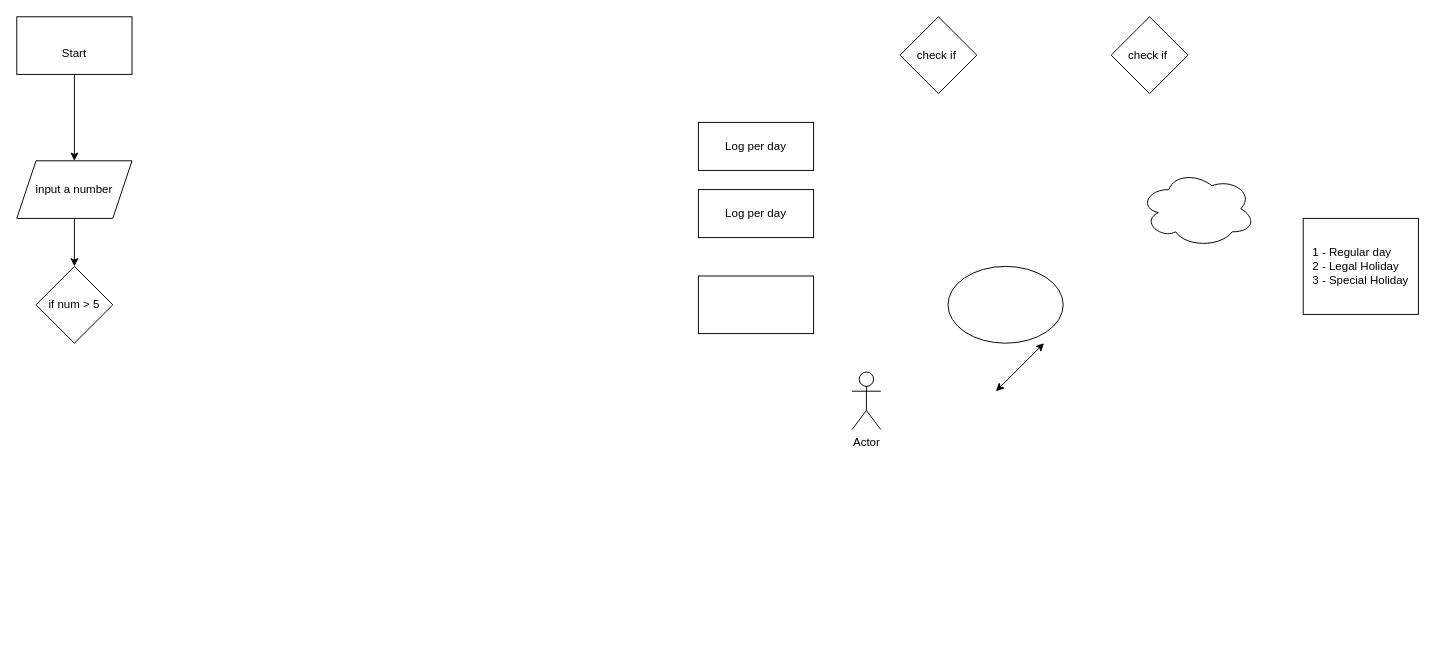
genmancoder/systems-diagrams keeps this draw.io diagram as kmcc/Untitled Diagram.drawio. Above is the earlier version. Source tidied: cells renumbered, new cells numbered last; positions are measured from the earlier drawing's top-left corner, leaving out a move shared by most shapes. Both pictures are drawn from the tidied source at 96%, with x=0, y=0 at pixel (16, 16).
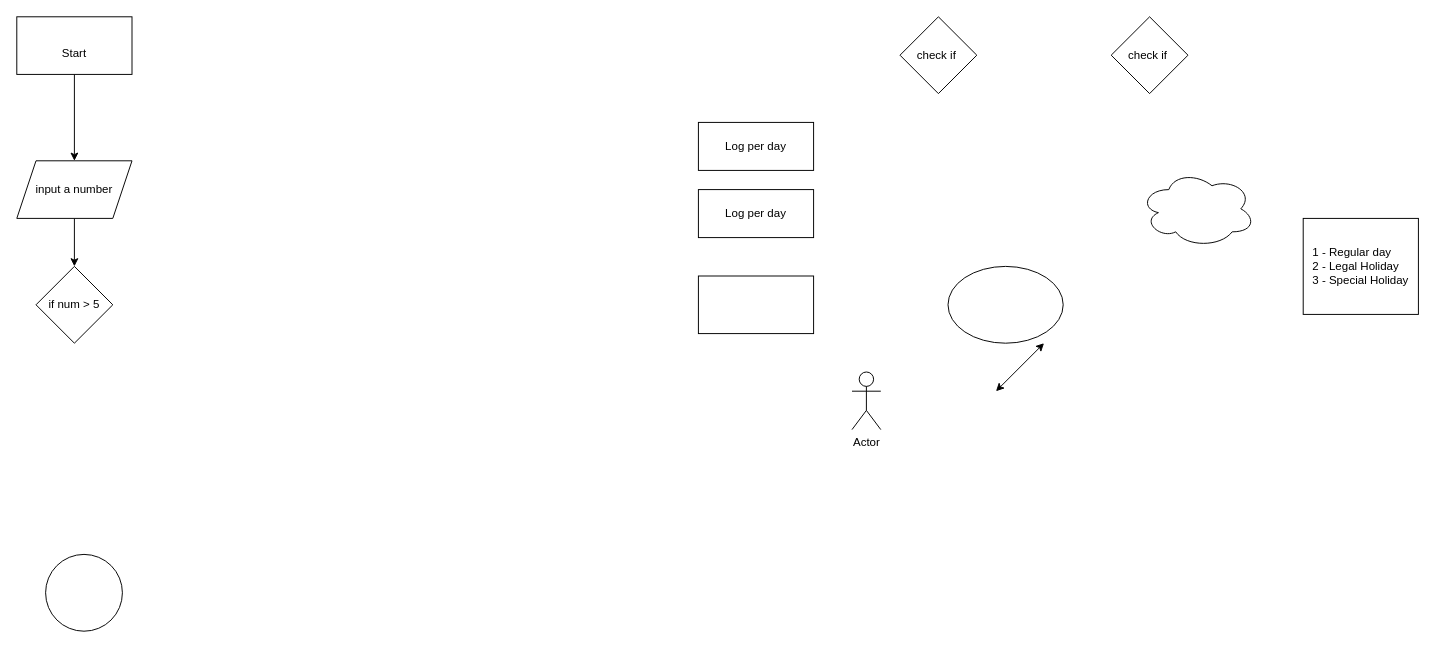
After the change.

The edit, as a diff of the source:
```diff
@@
 <mxGraphModel>
   <root>
     <mxCell id="0" />
     <mxCell id="1" parent="0" />
     <mxCell id="2" value="&lt;div style=&quot;text-align: left;&quot;&gt;&lt;span style=&quot;background-color: initial;&quot;&gt;1 - Regular day&lt;/span&gt;&lt;/div&gt;&lt;div style=&quot;text-align: left;&quot;&gt;&lt;span style=&quot;background-color: initial;&quot;&gt;2 - Legal Holiday&lt;/span&gt;&lt;/div&gt;&lt;div style=&quot;text-align: left;&quot;&gt;&lt;span style=&quot;background-color: initial;&quot;&gt;3 - Special Holiday&lt;/span&gt;&lt;/div&gt;" style="rounded=0;whiteSpace=wrap;html=1;" parent="1" vertex="1">
       <mxGeometry x="1340" y="210" width="120" height="100" as="geometry" />
     </mxCell>
     <mxCell id="3" value="Log per day" style="rounded=0;whiteSpace=wrap;html=1;" parent="1" vertex="1">
       <mxGeometry x="710" y="110" width="120" height="50" as="geometry" />
     </mxCell>
     <mxCell id="4" value="Log per day" style="rounded=0;whiteSpace=wrap;html=1;" parent="1" vertex="1">
       <mxGeometry x="710" y="180" width="120" height="50" as="geometry" />
     </mxCell>
     <mxCell id="5" value="check if&amp;nbsp;" style="rhombus;whiteSpace=wrap;html=1;" parent="1" vertex="1">
       <mxGeometry x="1140" width="80" height="80" as="geometry" />
     </mxCell>
     <mxCell id="6" value="check if&amp;nbsp;" style="rhombus;whiteSpace=wrap;html=1;" parent="1" vertex="1">
       <mxGeometry x="920" width="80" height="80" as="geometry" />
     </mxCell>
     <mxCell id="7" style="rounded=0;whiteSpace=wrap;html=1;" parent="1" vertex="1">
       <mxGeometry x="710" y="270" width="120" height="60" as="geometry" />
     </mxCell>
     <mxCell id="8" style="ellipse;whiteSpace=wrap;html=1;" parent="1" vertex="1">
       <mxGeometry x="970" y="260" width="120" height="80" as="geometry" />
     </mxCell>
     <mxCell id="9" style="endArrow=classic;startArrow=classic;html=1;rounded=0;" parent="1" edge="1">
       <mxGeometry relative="1" as="geometry">
         <mxPoint x="1020" y="390" as="sourcePoint" />
         <mxPoint x="1070" y="340" as="targetPoint" />
       </mxGeometry>
     </mxCell>
     <mxCell id="10" style="ellipse;shape=cloud;whiteSpace=wrap;html=1;" parent="1" vertex="1">
       <mxGeometry x="1170" y="160" width="120" height="80" as="geometry" />
     </mxCell>
     <mxCell id="11" value="Actor" style="shape=umlActor;verticalLabelPosition=bottom;verticalAlign=top;html=1;" parent="1" vertex="1">
       <mxGeometry x="870" y="370" width="30" height="60" as="geometry" />
     </mxCell>
     <mxCell id="12" style="edgeStyle=orthogonalEdgeStyle;rounded=0;jettySize=auto;html=1;exitX=0.5;exitY=1;exitDx=0;exitDy=0;" parent="1" edge="1" source="13" target="15">
       <mxGeometry relative="1" as="geometry" />
     </mxCell>
     <mxCell id="13" value="&lt;br&gt;Start" style="rounded=0;whiteSpace=wrap;html=1;" parent="1" vertex="1">
       <mxGeometry width="120" height="60" as="geometry" />
     </mxCell>
     <mxCell id="14" style="edgeStyle=orthogonalEdgeStyle;rounded=0;jettySize=auto;html=1;exitX=0.5;exitY=1;exitDx=0;exitDy=0;entryX=0.5;entryY=0;entryDx=0;entryDy=0;" parent="1" edge="1" source="15" target="16">
       <mxGeometry relative="1" as="geometry" />
     </mxCell>
     <mxCell id="15" value="input a number" style="shape=parallelogram;perimeter=parallelogramPerimeter;whiteSpace=wrap;html=1;fixedSize=1;" parent="1" vertex="1">
       <mxGeometry y="150" width="120" height="60" as="geometry" />
     </mxCell>
     <mxCell id="16" value="if num &amp;gt; 5" style="rhombus;whiteSpace=wrap;html=1;" parent="1" vertex="1">
       <mxGeometry x="20" y="260" width="80" height="80" as="geometry" />
     </mxCell>
+    <mxCell id="17" style="ellipse;whiteSpace=wrap;html=1;" parent="1" vertex="1">
+      <mxGeometry x="30" y="560" width="80" height="80" as="geometry" />
+    </mxCell>
   </root>
 </mxGraphModel>
```
